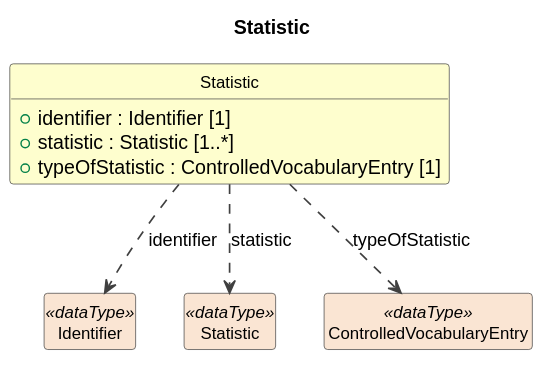
Cross-Domain-Interoperability-Framework/metadataBuildingBlocks keeps this PlantUML diagram as build/plantuml/cdifDataDescription/Classes/Statistic.svg. Above is the earlier version. Source of this version:
```plantuml
@startuml
title Statistic
hide circle
hide empty members
skinparam shadowing false
skinparam ArrowThickness 1.2
skinparam class {
  ArrowColor #404040
  BorderColor #404040
  FontSize 12
}

class "Statistic" as Statistic #FEFECE {
  +identifier : Identifier [1]
  +statistic : Statistic [1..*]
  +typeOfStatistic : ControlledVocabularyEntry [1]
}
class "Identifier" as Identifier <<dataType>> #FAE5D3
Statistic ..> Identifier : identifier
class "Statistic" as Statistic_x <<dataType>> #FAE5D3
Statistic ..> Statistic_x : statistic
class "ControlledVocabularyEntry" as ControlledVocabularyEntry <<dataType>> #FAE5D3
Statistic ..> ControlledVocabularyEntry : typeOfStatistic
@enduml
```
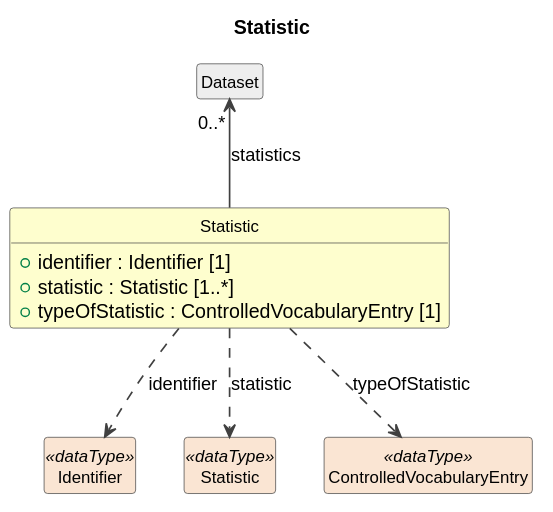
After the change.

What changed in the source:
```diff
@@ -15,6 +15,8 @@
   +statistic : Statistic [1..*]
   +typeOfStatistic : ControlledVocabularyEntry [1]
 }
+class "Dataset" as Dataset #EEEEEE
+Dataset "0..*" <-- Statistic : statistics
 class "Identifier" as Identifier <<dataType>> #FAE5D3
 Statistic ..> Identifier : identifier
 class "Statistic" as Statistic_x <<dataType>> #FAE5D3
```
